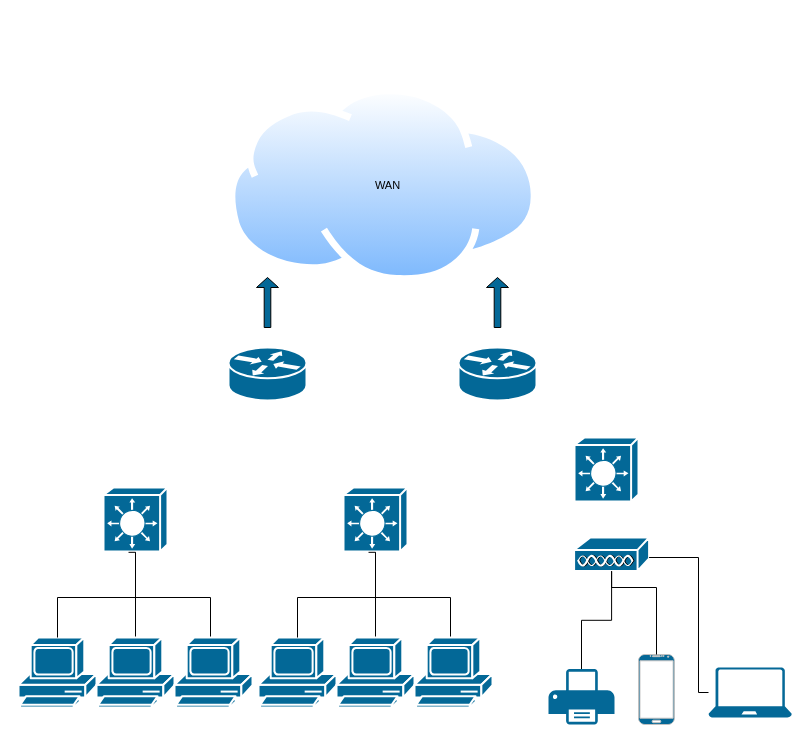
Above: SuperNetwork.drawio in Reaimua/Network-Architecture-Project (draw.io), before the change. Source tidied: cells renumbered, new cells numbered last; positions are measured from the earlier drawing's top-left corner, leaving out a move shared by most shapes. Both pictures are drawn from the tidied source at 100%, with x=0, y=0 at pixel (18, 87).
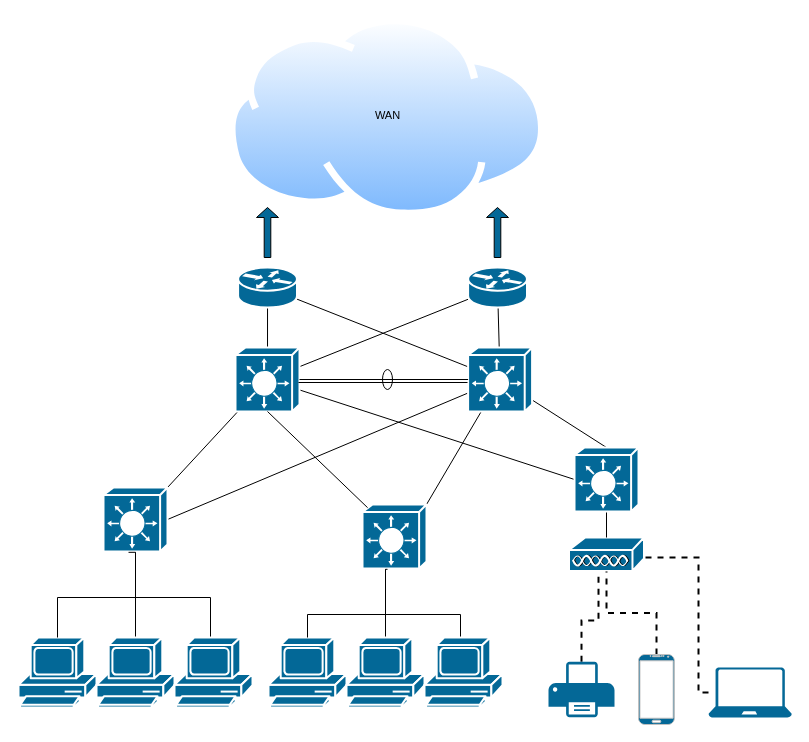
The same diagram, later.

Commit message:
2TierDone,Unlabeled

The change refers to these unchanged cells:
```xml
<mxCell id="8" style="shape=mxgraph.cisco.switches.layer_3_switch;html=1;dashed=0;fillColor=#036897;strokeColor=#ffffff;strokeWidth=2;verticalLabelPosition=bottom;verticalAlign=top;align=center;outlineConnect=0;fontFamily=Helvetica;fontSize=11;fontColor=default;" parent="1" vertex="1">
  <mxGeometry x="85" y="400" width="64" height="64" as="geometry" />
</mxCell>
<mxCell id="12" style="verticalLabelPosition=bottom;verticalAlign=top;html=1;shadow=0;dashed=0;strokeWidth=1;shape=mxgraph.android.phone2;strokeColor=#c0c0c0;fontFamily=Helvetica;fontSize=11;fontColor=default;fillColor=#046897;" parent="1" vertex="1">
  <mxGeometry x="620" y="567" width="35.9" height="70" as="geometry" />
</mxCell>
<mxCell id="14" style="sketch=0;shadow=0;dashed=0;html=1;strokeColor=none;labelPosition=center;verticalLabelPosition=bottom;verticalAlign=top;align=center;fillColor=#046897;shape=mxgraph.azure.laptop;fontFamily=Helvetica;fontSize=11;fontColor=default;" parent="1" vertex="1">
  <mxGeometry x="690" y="580" width="83.3" height="50" as="geometry" />
</mxCell>
```

Diff of the diagram source:
```diff
@@
     <mxCell id="2" style="image;perimeter=ellipsePerimeter;html=1;align=center;shadow=0;dashed=0;spacingTop=3;image=img/lib/active_directory/internet_cloud.svg;" parent="1" vertex="1">
-      <mxGeometry x="210" width="310" height="195.3" as="geometry" />
+      <mxGeometry x="210" y="-70" width="317.5" height="200" as="geometry" />
     </mxCell>
@@
+    <mxCell id="30" style="edgeStyle=none;shape=connector;rounded=0;jettySize=auto;html=1;exitX=1;exitY=0;exitDx=0;exitDy=0;exitPerimeter=0;labelBackgroundColor=default;strokeColor=default;align=center;verticalAlign=middle;fontFamily=Helvetica;fontSize=11;fontColor=default;endArrow=none;endFill=0;" parent="1" edge="1" source="8" target="41">
+      <mxGeometry relative="1" as="geometry" />
+    </mxCell>
+    <mxCell id="31" style="edgeStyle=none;shape=connector;rounded=0;jettySize=auto;html=1;exitX=1;exitY=0.5;exitDx=0;exitDy=0;exitPerimeter=0;labelBackgroundColor=default;strokeColor=default;align=center;verticalAlign=middle;fontFamily=Helvetica;fontSize=11;fontColor=default;endArrow=none;endFill=0;" parent="1" edge="1" source="8" target="38">
+      <mxGeometry relative="1" as="geometry" />
+    </mxCell>
@@
     <mxCell id="9" style="shape=mxgraph.cisco.misc.access_point;html=1;dashed=0;fillColor=#036897;strokeColor=#ffffff;strokeWidth=2;verticalLabelPosition=bottom;verticalAlign=top;align=center;outlineConnect=0;fontFamily=Helvetica;fontSize=11;fontColor=default;" parent="1" vertex="1">
-      <mxGeometry x="555.6" y="450" width="75" height="34" as="geometry" />
+      <mxGeometry x="550.5" y="450" width="75" height="34" as="geometry" />
     </mxCell>
-    <mxCell id="10" style="edgeStyle=orthogonalEdgeStyle;shape=connector;rounded=0;jettySize=auto;html=1;labelBackgroundColor=default;strokeColor=default;align=center;verticalAlign=middle;fontFamily=Helvetica;fontSize=11;fontColor=default;endArrow=none;endFill=0;" parent="1" edge="1" source="11" target="9">
-      <mxGeometry relative="1" as="geometry" />
+    <mxCell id="10" style="edgeStyle=orthogonalEdgeStyle;shape=connector;rounded=0;jettySize=auto;html=1;labelBackgroundColor=default;strokeColor=default;align=center;verticalAlign=middle;fontFamily=Helvetica;fontSize=11;fontColor=default;endArrow=none;endFill=0;dashed=1;strokeWidth=2;" parent="1" edge="1" source="11" target="9">
+      <mxGeometry relative="1" as="geometry">
+        <Array as="points">
+          <mxPoint x="563" y="533" />
+          <mxPoint x="580" y="533" />
+        </Array>
+      </mxGeometry>
     </mxCell>
     <mxCell id="11" style="sketch=0;shadow=0;dashed=0;html=1;strokeColor=none;fillColor=#046897;labelPosition=center;verticalLabelPosition=bottom;verticalAlign=top;outlineConnect=0;align=center;shape=mxgraph.office.devices.printer;fontFamily=Helvetica;fontSize=11;fontColor=default;" parent="1" vertex="1">
-      <mxGeometry x="530" y="581.6" width="66" height="55.4" as="geometry" />
+      <mxGeometry x="530" y="574.3" width="66" height="55.4" as="geometry" />
     </mxCell>
+    <mxCell id="15" style="edgeStyle=orthogonalEdgeStyle;shape=connector;rounded=0;jettySize=auto;html=1;labelBackgroundColor=default;strokeColor=default;align=center;verticalAlign=middle;fontFamily=Helvetica;fontSize=11;fontColor=default;endArrow=none;endFill=0;strokeWidth=2;dashed=1;" parent="1" edge="1" source="12" target="9">
+      <mxGeometry relative="1" as="geometry" />
+    </mxCell>
@@
-    <mxCell id="13" style="edgeStyle=orthogonalEdgeStyle;shape=connector;rounded=0;jettySize=auto;html=1;labelBackgroundColor=default;strokeColor=default;align=center;verticalAlign=middle;fontFamily=Helvetica;fontSize=11;fontColor=default;endArrow=none;endFill=0;" parent="1" edge="1" source="14" target="9">
+    <mxCell id="13" style="edgeStyle=orthogonalEdgeStyle;shape=connector;rounded=0;jettySize=auto;html=1;labelBackgroundColor=default;strokeColor=default;align=center;verticalAlign=middle;fontFamily=Helvetica;fontSize=11;fontColor=default;endArrow=none;endFill=0;strokeWidth=2;dashed=1;" parent="1" edge="1" source="14" target="9">
       <mxGeometry relative="1" as="geometry">
         <Array as="points">
           <mxPoint x="680" y="605" />
           <mxPoint x="680" y="470" />
         </Array>
       </mxGeometry>
     </mxCell>
@@
-    <mxCell id="15" style="edgeStyle=orthogonalEdgeStyle;shape=connector;rounded=0;jettySize=auto;html=1;entryX=0.5;entryY=0.985;entryDx=0;entryDy=0;entryPerimeter=0;labelBackgroundColor=default;strokeColor=default;align=center;verticalAlign=middle;fontFamily=Helvetica;fontSize=11;fontColor=default;endArrow=none;endFill=0;" parent="1" edge="1" source="12" target="9">
-      <mxGeometry relative="1" as="geometry">
-        <Array as="points">
-          <mxPoint x="638" y="500" />
-          <mxPoint x="593" y="500" />
-        </Array>
-      </mxGeometry>
-    </mxCell>
+    <mxCell id="32" style="edgeStyle=none;shape=connector;rounded=0;jettySize=auto;html=1;exitX=0.5;exitY=1;exitDx=0;exitDy=0;exitPerimeter=0;labelBackgroundColor=default;strokeColor=default;align=center;verticalAlign=middle;fontFamily=Helvetica;fontSize=11;fontColor=default;endArrow=none;endFill=0;" parent="1" edge="1" source="16" target="9">
+      <mxGeometry relative="1" as="geometry" />
+    </mxCell>
+    <mxCell id="33" style="edgeStyle=none;shape=connector;rounded=0;jettySize=auto;html=1;labelBackgroundColor=default;strokeColor=default;align=center;verticalAlign=middle;fontFamily=Helvetica;fontSize=11;fontColor=default;endArrow=none;endFill=0;exitX=0;exitY=0.5;exitDx=0;exitDy=0;exitPerimeter=0;" parent="1" edge="1" source="16" target="41">
+      <mxGeometry relative="1" as="geometry" />
+    </mxCell>
+    <mxCell id="34" style="edgeStyle=none;shape=connector;rounded=0;jettySize=auto;html=1;exitX=0.5;exitY=0;exitDx=0;exitDy=0;exitPerimeter=0;labelBackgroundColor=default;strokeColor=default;align=center;verticalAlign=middle;fontFamily=Helvetica;fontSize=11;fontColor=default;endArrow=none;endFill=0;" parent="1" edge="1" source="16" target="38">
+      <mxGeometry relative="1" as="geometry" />
+    </mxCell>
     <mxCell id="16" style="shape=mxgraph.cisco.switches.layer_3_switch;html=1;dashed=0;fillColor=#036897;strokeColor=#ffffff;strokeWidth=2;verticalLabelPosition=bottom;verticalAlign=top;align=center;outlineConnect=0;fontFamily=Helvetica;fontSize=11;fontColor=default;" parent="1" vertex="1">
-      <mxGeometry x="556" y="350" width="64" height="64" as="geometry" />
+      <mxGeometry x="556" y="360" width="64" height="64" as="geometry" />
     </mxCell>
@@
     <mxCell id="18" style="shape=mxgraph.cisco.computers_and_peripherals.pc;html=1;dashed=0;fillColor=#036897;strokeColor=#ffffff;strokeWidth=2;verticalLabelPosition=bottom;verticalAlign=top;align=center;outlineConnect=0;" parent="1" vertex="1">
-      <mxGeometry x="240" y="550" width="78" height="70" as="geometry" />
+      <mxGeometry x="250" y="550" width="78" height="70" as="geometry" />
     </mxCell>
     <mxCell id="19" style="edgeStyle=orthogonalEdgeStyle;shape=connector;rounded=0;jettySize=auto;html=1;labelBackgroundColor=default;strokeColor=default;align=center;verticalAlign=middle;fontFamily=Helvetica;fontSize=11;fontColor=default;endArrow=none;endFill=0;" parent="1" edge="1" source="20">
       <mxGeometry relative="1" as="geometry">
-        <mxPoint x="357" y="430" as="targetPoint" />
+        <mxPoint x="367" y="447" as="targetPoint" />
       </mxGeometry>
     </mxCell>
     <mxCell id="20" style="shape=mxgraph.cisco.computers_and_peripherals.pc;html=1;dashed=0;fillColor=#036897;strokeColor=#ffffff;strokeWidth=2;verticalLabelPosition=bottom;verticalAlign=top;align=center;outlineConnect=0;" parent="1" vertex="1">
-      <mxGeometry x="318" y="550" width="78" height="70" as="geometry" />
+      <mxGeometry x="328" y="550" width="78" height="70" as="geometry" />
     </mxCell>
     <mxCell id="21" style="edgeStyle=orthogonalEdgeStyle;shape=connector;rounded=0;orthogonalLoop=1;jettySize=auto;html=1;exitX=0.5;exitY=0;exitDx=0;exitDy=0;exitPerimeter=0;labelBackgroundColor=default;strokeColor=default;align=center;verticalAlign=middle;fontFamily=Helvetica;fontSize=11;fontColor=default;endArrow=none;endFill=0;" parent="1" edge="1">
       <mxGeometry relative="1" as="geometry">
-        <mxPoint x="432" y="550" as="sourcePoint" />
-        <mxPoint x="357" y="434" as="targetPoint" />
+        <mxPoint x="442" y="567" as="sourcePoint" />
+        <mxPoint x="367" y="451" as="targetPoint" />
         <Array as="points">
-          <mxPoint x="432" y="510" />
-          <mxPoint x="357" y="510" />
+          <mxPoint x="442" y="527" />
+          <mxPoint x="367" y="527" />
         </Array>
       </mxGeometry>
     </mxCell>
     <mxCell id="22" style="shape=mxgraph.cisco.computers_and_peripherals.pc;html=1;dashed=0;fillColor=#036897;strokeColor=#ffffff;strokeWidth=2;verticalLabelPosition=bottom;verticalAlign=top;align=center;" parent="1" vertex="1">
-      <mxGeometry x="396" y="550" width="78" height="70" as="geometry" />
+      <mxGeometry x="406" y="550" width="78" height="70" as="geometry" />
     </mxCell>
+    <mxCell id="35" style="edgeStyle=none;shape=connector;rounded=0;jettySize=auto;html=1;exitX=1;exitY=0;exitDx=0;exitDy=0;exitPerimeter=0;labelBackgroundColor=default;strokeColor=default;align=center;verticalAlign=middle;fontFamily=Helvetica;fontSize=11;fontColor=default;endArrow=none;endFill=0;" parent="1" edge="1" source="23" target="38">
+      <mxGeometry relative="1" as="geometry" />
+    </mxCell>
     <mxCell id="23" style="shape=mxgraph.cisco.switches.layer_3_switch;html=1;dashed=0;fillColor=#036897;strokeColor=#ffffff;strokeWidth=2;verticalLabelPosition=bottom;verticalAlign=top;align=center;outlineConnect=0;fontFamily=Helvetica;fontSize=11;fontColor=default;" parent="1" vertex="1">
-      <mxGeometry x="325" y="400" width="64" height="64" as="geometry" />
+      <mxGeometry x="344" y="417" width="64" height="64" as="geometry" />
     </mxCell>
     <mxCell id="24" style="edgeStyle=orthogonalEdgeStyle;shape=connector;rounded=0;jettySize=auto;html=1;entryX=0.391;entryY=1.013;entryDx=0;entryDy=0;entryPerimeter=0;labelBackgroundColor=default;strokeColor=default;align=center;verticalAlign=middle;fontFamily=Helvetica;fontSize=11;fontColor=default;endArrow=none;endFill=0;" parent="1" edge="1" source="18" target="23">
       <mxGeometry relative="1" as="geometry">
         <Array as="points">
-          <mxPoint x="279" y="510" />
-          <mxPoint x="357" y="510" />
+          <mxPoint x="289" y="527" />
+          <mxPoint x="367" y="527" />
         </Array>
       </mxGeometry>
     </mxCell>
-    <mxCell id="25" style="shape=mxgraph.cisco.routers.router;html=1;dashed=0;fillColor=#036897;strokeColor=#ffffff;strokeWidth=2;verticalLabelPosition=bottom;verticalAlign=top;align=center;fontFamily=Helvetica;fontSize=11;fontColor=default;" parent="1" vertex="1">
-      <mxGeometry x="440" y="260" width="78" height="53" as="geometry" />
-    </mxCell>
-    <mxCell id="26" style="shape=mxgraph.cisco.routers.router;html=1;dashed=0;fillColor=#036897;strokeColor=#ffffff;strokeWidth=2;verticalLabelPosition=bottom;verticalAlign=top;align=center;fontFamily=Helvetica;fontSize=11;fontColor=default;" parent="1" vertex="1">
-      <mxGeometry x="210" y="260" width="78" height="53" as="geometry" />
-    </mxCell>
     <mxCell id="27" value="WAN" style="text;html=1;align=center;verticalAlign=middle;strokeColor=none;fillColor=none;fontSize=11;fontFamily=Helvetica;fontColor=default;" parent="1" vertex="1">
-      <mxGeometry x="344" y="82.6" width="50" height="30" as="geometry" />
+      <mxGeometry x="344" y="12.6" width="50" height="30" as="geometry" />
     </mxCell>
     <mxCell id="28" style="shape=singleArrow;direction=north;whiteSpace=wrap;html=1;fontFamily=Helvetica;fontSize=11;fontColor=default;fillColor=#046897;" parent="1" vertex="1">
-      <mxGeometry x="238" y="190" width="22" height="50" as="geometry" />
+      <mxGeometry x="238" y="120" width="22" height="50" as="geometry" />
     </mxCell>
     <mxCell id="29" style="shape=singleArrow;direction=north;whiteSpace=wrap;html=1;fontFamily=Helvetica;fontSize=11;fontColor=default;fillColor=#046897;" parent="1" vertex="1">
-      <mxGeometry x="468" y="190" width="22" height="50" as="geometry" />
+      <mxGeometry x="468" y="120" width="22" height="50" as="geometry" />
     </mxCell>
+    <mxCell id="36" style="edgeStyle=none;shape=connector;rounded=0;jettySize=auto;html=1;labelBackgroundColor=default;strokeColor=default;align=center;verticalAlign=middle;fontFamily=Helvetica;fontSize=11;fontColor=default;endArrow=none;endFill=0;" parent="1" edge="1" source="38" target="42">
+      <mxGeometry relative="1" as="geometry" />
+    </mxCell>
+    <mxCell id="37" style="edgeStyle=none;shape=connector;rounded=0;jettySize=auto;html=1;labelBackgroundColor=default;strokeColor=default;align=center;verticalAlign=middle;fontFamily=Helvetica;fontSize=11;fontColor=default;endArrow=none;endFill=0;" parent="1" edge="1" source="38" target="43">
+      <mxGeometry relative="1" as="geometry" />
+    </mxCell>
+    <mxCell id="38" style="shape=mxgraph.cisco.switches.layer_3_switch;html=1;dashed=0;fillColor=#036897;strokeColor=#ffffff;strokeWidth=2;verticalLabelPosition=bottom;verticalAlign=top;align=center;outlineConnect=0;fontFamily=Helvetica;fontSize=11;fontColor=default;" parent="1" vertex="1">
+      <mxGeometry x="449.6" y="260" width="64" height="64" as="geometry" />
+    </mxCell>
+    <mxCell id="39" style="edgeStyle=none;shape=connector;rounded=0;jettySize=auto;html=1;labelBackgroundColor=default;strokeColor=default;align=center;verticalAlign=middle;fontFamily=Helvetica;fontSize=11;fontColor=default;endArrow=none;endFill=0;" parent="1" edge="1" source="41" target="43">
+      <mxGeometry relative="1" as="geometry" />
+    </mxCell>
+    <mxCell id="40" style="edgeStyle=none;shape=connector;rounded=0;jettySize=auto;html=1;labelBackgroundColor=default;strokeColor=default;align=center;verticalAlign=middle;fontFamily=Helvetica;fontSize=11;fontColor=default;endArrow=none;endFill=0;" parent="1" edge="1" source="41" target="42">
+      <mxGeometry relative="1" as="geometry" />
+    </mxCell>
+    <mxCell id="41" style="shape=mxgraph.cisco.switches.layer_3_switch;html=1;dashed=0;fillColor=#036897;strokeColor=#ffffff;strokeWidth=2;verticalLabelPosition=bottom;verticalAlign=top;align=center;outlineConnect=0;fontFamily=Helvetica;fontSize=11;fontColor=default;" parent="1" vertex="1">
+      <mxGeometry x="217" y="260" width="64" height="64" as="geometry" />
+    </mxCell>
+    <mxCell id="42" style="shape=mxgraph.cisco.routers.router;html=1;dashed=0;fillColor=#036897;strokeColor=#ffffff;strokeWidth=2;verticalLabelPosition=bottom;verticalAlign=top;align=center;outlineConnect=0;fontFamily=Helvetica;fontSize=11;fontColor=default;" parent="1" vertex="1">
+      <mxGeometry x="219.6" y="180" width="58.9" height="40" as="geometry" />
+    </mxCell>
+    <mxCell id="43" style="shape=mxgraph.cisco.routers.router;html=1;dashed=0;fillColor=#036897;strokeColor=#ffffff;strokeWidth=2;verticalLabelPosition=bottom;verticalAlign=top;align=center;outlineConnect=0;fontFamily=Helvetica;fontSize=11;fontColor=default;" parent="1" vertex="1">
+      <mxGeometry x="449.6" y="180" width="58.9" height="40" as="geometry" />
+    </mxCell>
+    <mxCell id="44" style="edgeStyle=none;shape=connector;rounded=0;jettySize=auto;html=1;exitX=0.08;exitY=0.05;exitDx=0;exitDy=0;exitPerimeter=0;entryX=0.5;entryY=1;entryDx=0;entryDy=0;entryPerimeter=0;labelBackgroundColor=default;strokeColor=default;align=center;verticalAlign=middle;fontFamily=Helvetica;fontSize=11;fontColor=default;endArrow=none;endFill=0;" parent="1" edge="1" source="23" target="41">
+      <mxGeometry relative="1" as="geometry" />
+    </mxCell>
+    <mxCell id="45" style="edgeStyle=none;shape=connector;rounded=0;jettySize=auto;html=1;entryX=0;entryY=0.5;entryDx=0;entryDy=0;entryPerimeter=0;labelBackgroundColor=default;strokeColor=default;align=center;verticalAlign=middle;fontFamily=Helvetica;fontSize=11;fontColor=default;endArrow=none;endFill=0;" parent="1" edge="1" source="41" target="38">
+      <mxGeometry relative="1" as="geometry" />
+    </mxCell>
+    <mxCell id="46" style="edgeStyle=none;shape=connector;rounded=0;orthogonalLoop=1;jettySize=auto;html=1;entryX=0;entryY=0.5;entryDx=0;entryDy=0;entryPerimeter=0;labelBackgroundColor=default;strokeColor=default;align=center;verticalAlign=middle;fontFamily=Helvetica;fontSize=11;fontColor=default;endArrow=none;endFill=0;" parent="1" edge="1">
+      <mxGeometry relative="1" as="geometry">
+        <mxPoint x="280" y="295" as="sourcePoint" />
+        <mxPoint x="449" y="295" as="targetPoint" />
+      </mxGeometry>
+    </mxCell>
+    <mxCell id="47" style="shape=ellipse;html=1;dashed=0;whiteSpace=wrap;perimeter=ellipsePerimeter;fontFamily=Helvetica;fontSize=11;fontColor=default;fillColor=none;rotation=90;" parent="1" vertex="1">
+      <mxGeometry x="359" y="287" width="20" height="10" as="geometry" />
+    </mxCell>
```
